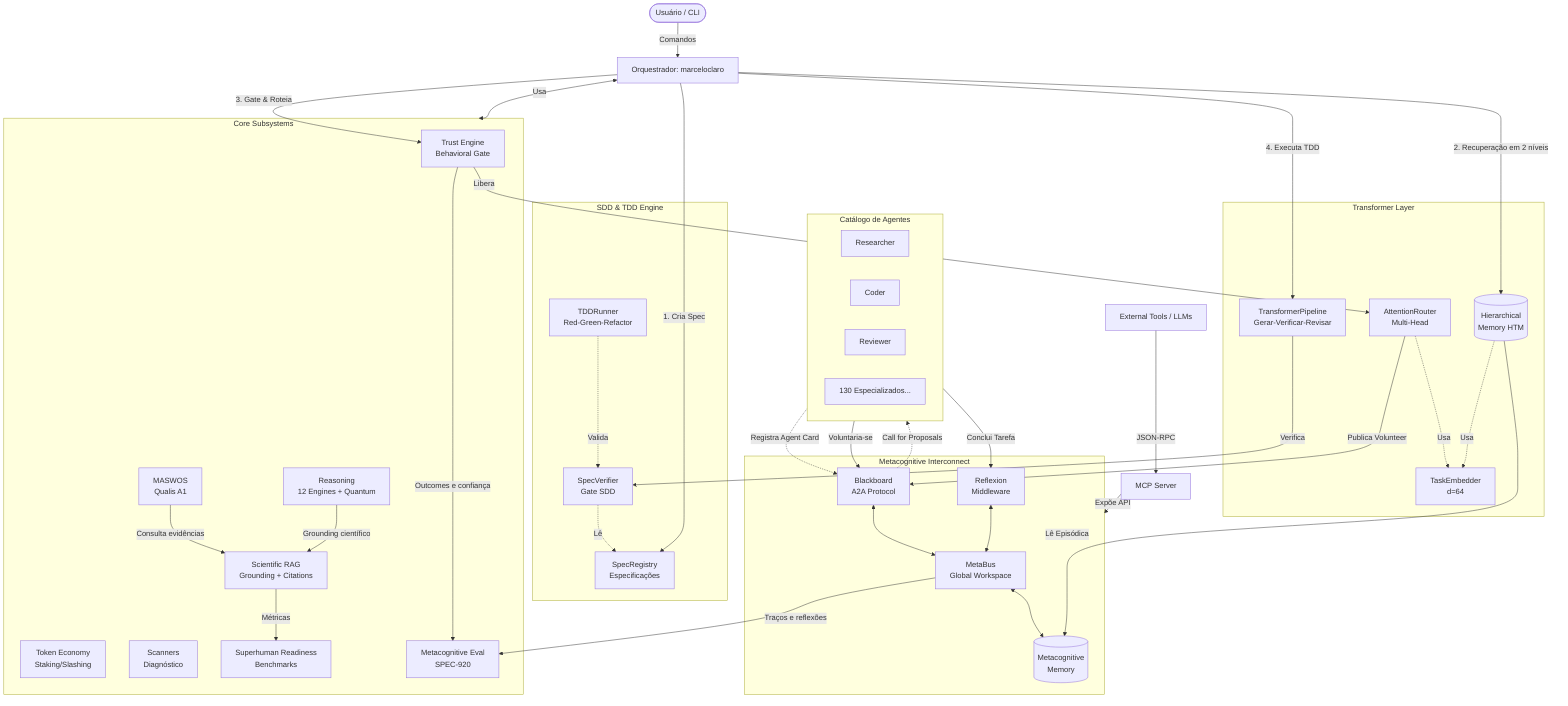
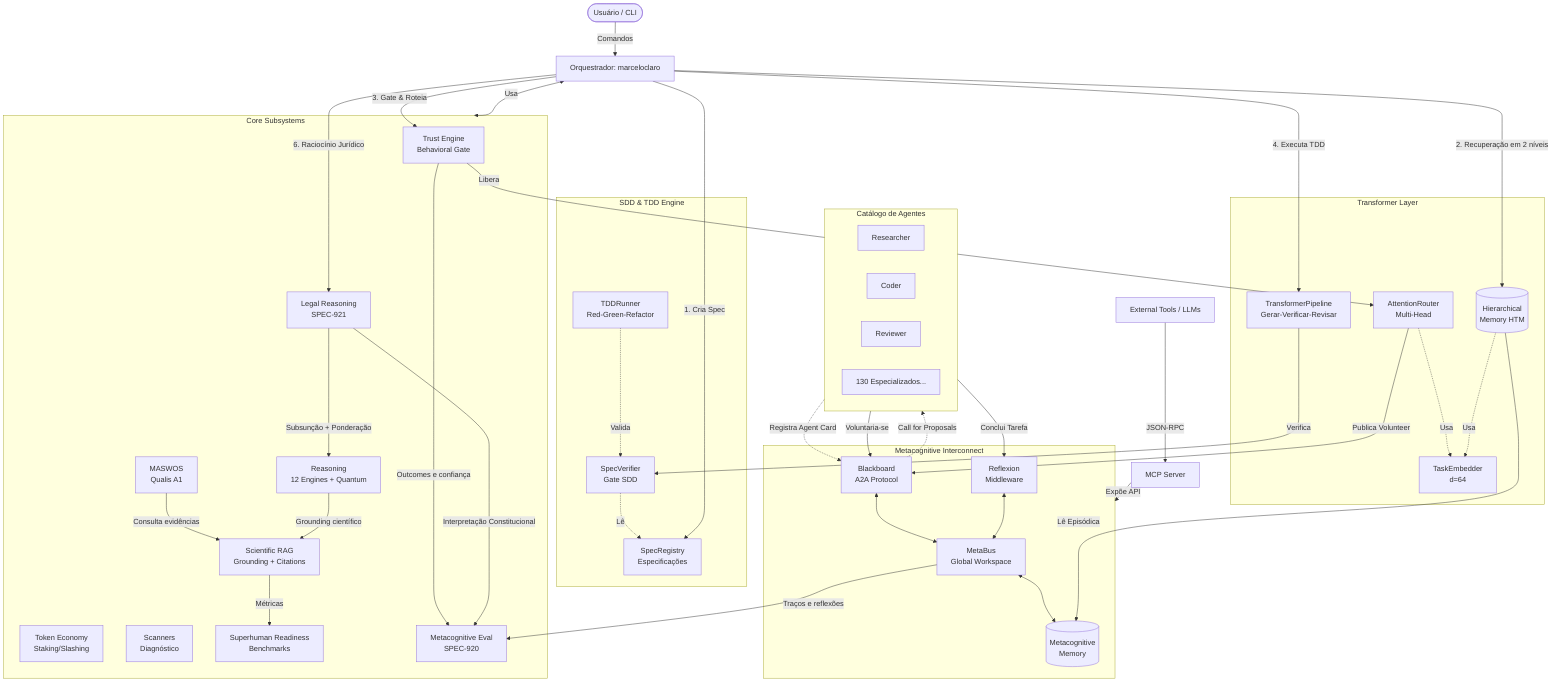
graph TD
    %% Atores e Orquestrador
    User([Usuário / CLI]) -->|Comandos| Orchestrator[Orquestrador: marceloclaro]

    %% Camada SDD/TDD
    subgraph SDD [SDD & TDD Engine]
        Spec[SpecRegistry<br>Especificações]
        Ver[SpecVerifier<br>Gate SDD]
        TDD[TDDRunner<br>Red-Green-Refactor]

        TDD -.->|Valida| Ver
        Ver -.->|Lê| Spec
    end

    %% Camada Transformer
    subgraph TF [Transformer Layer]
        Attn[AttentionRouter<br>Multi-Head]
        Pipe[TransformerPipeline<br>Gerar-Verificar-Revisar]
        HTM[(Hierarchical<br>Memory HTM)]
        Emb[TaskEmbedder<br>d=64]

        Attn -.->|Usa| Emb
        HTM -.->|Usa| Emb
    end

    %% Camada Core (Novos Subsistemas)
    subgraph Core [Core Subsystems]
        Trust[Trust Engine<br>Behavioral Gate]
        Eco[Token Economy<br>Staking/Slashing]
        Scan[Scanners<br>Diagnóstico]
        Acad[MASWOS<br>Qualis A1]
        Reason[Reasoning<br>12 Engines + Quantum]
+         Legal[Legal Reasoning<br>SPEC-921]
        RAG[Scientific RAG<br>Grounding + Citations]
        Bench[Superhuman Readiness<br>Benchmarks]
        MetaEval[Metacognitive Eval<br>SPEC-920]
    end

    %% Camada MCI
    subgraph MCI [Metacognitive Interconnect]
        MB[MetaBus<br>Global Workspace]
        BB[Blackboard<br>A2A Protocol]
        Mem[(Metacognitive<br>Memory)]
        Ref[Reflexion<br>Middleware]

        MB <--> Mem
        BB <--> MB
        Ref <--> MB
    end

    %% Orquestrador integra as camadas
    Orchestrator -->|1. Cria Spec| Spec
    Orchestrator -->|2. Recuperação em 2 níveis| HTM
    HTM -->|Lê Episódica| Mem
    Orchestrator -->|3. Gate & Roteia| Trust
    Trust -->|Libera| Attn
    Attn -->|Publica Volunteer| BB
    Orchestrator -->|4. Executa TDD| Pipe
    Pipe -->|Verifica| Ver
    Orchestrator <-->|Usa| Core
    Acad -->|Consulta evidências| RAG
    Reason -->|Grounding científico| RAG
    RAG -->|Métricas| Bench
    MB -->|Traços e reflexões| MetaEval
    Trust -->|Outcomes e confiança| MetaEval
+     Orchestrator -->|6. Raciocínio Jurídico| Legal
+     Legal -->|Subsunção + Ponderação| Reason
+     Legal -->|Interpretação Constitucional| MetaEval

    %% Agentes
    subgraph Agents [Catálogo de Agentes]
        A1[Researcher]
        A2[Coder]
        A3[Reviewer]
        A4[130 Especializados...]
    end

    %% Fluxo de Agentes
    Agents -.->|Registra Agent Card| BB
    BB -.->|Call for Proposals| Agents
    Agents -->|Voluntaria-se| BB
    Agents -->|Conclui Tarefa| Ref

    %% MCP
    MCP[MCP Server] -->|Expõe API| MCI
    External[External Tools / LLMs] -->|JSON-RPC| MCP
